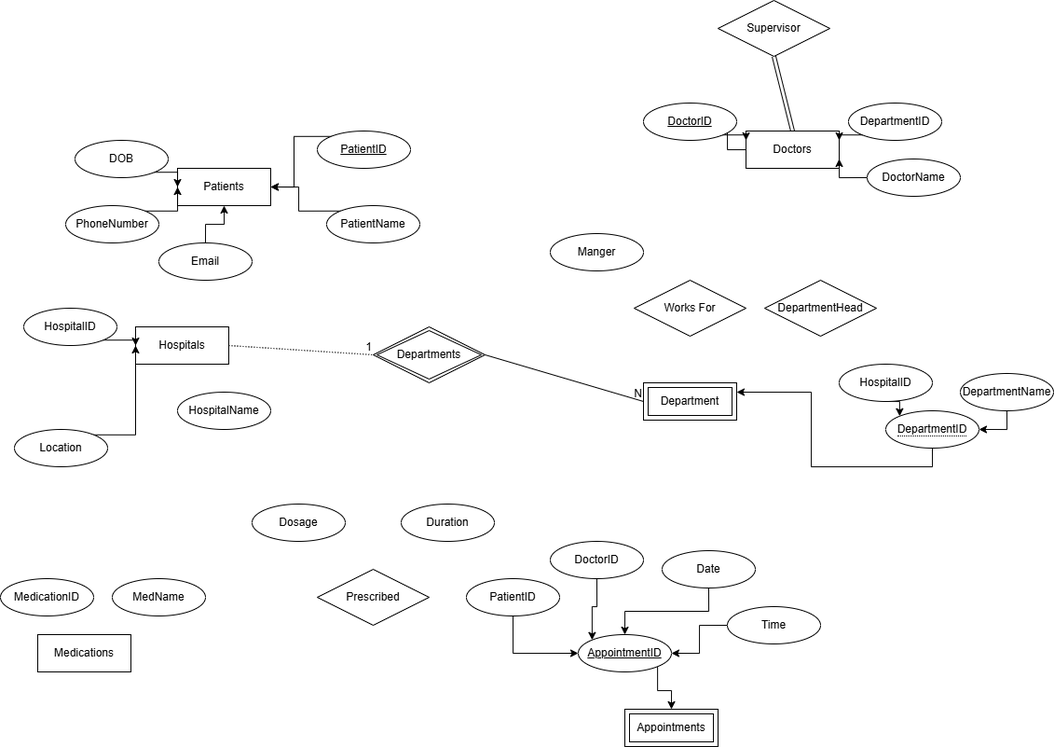
Above: CS420_Assignment3.png in Jhkpop/CS420_Assignment3 (draw.io), before the change. Source tidied: cells renumbered, new cells last; positions are measured from the earlier drawing's top-left corner, leaving out a move shared by most shapes.
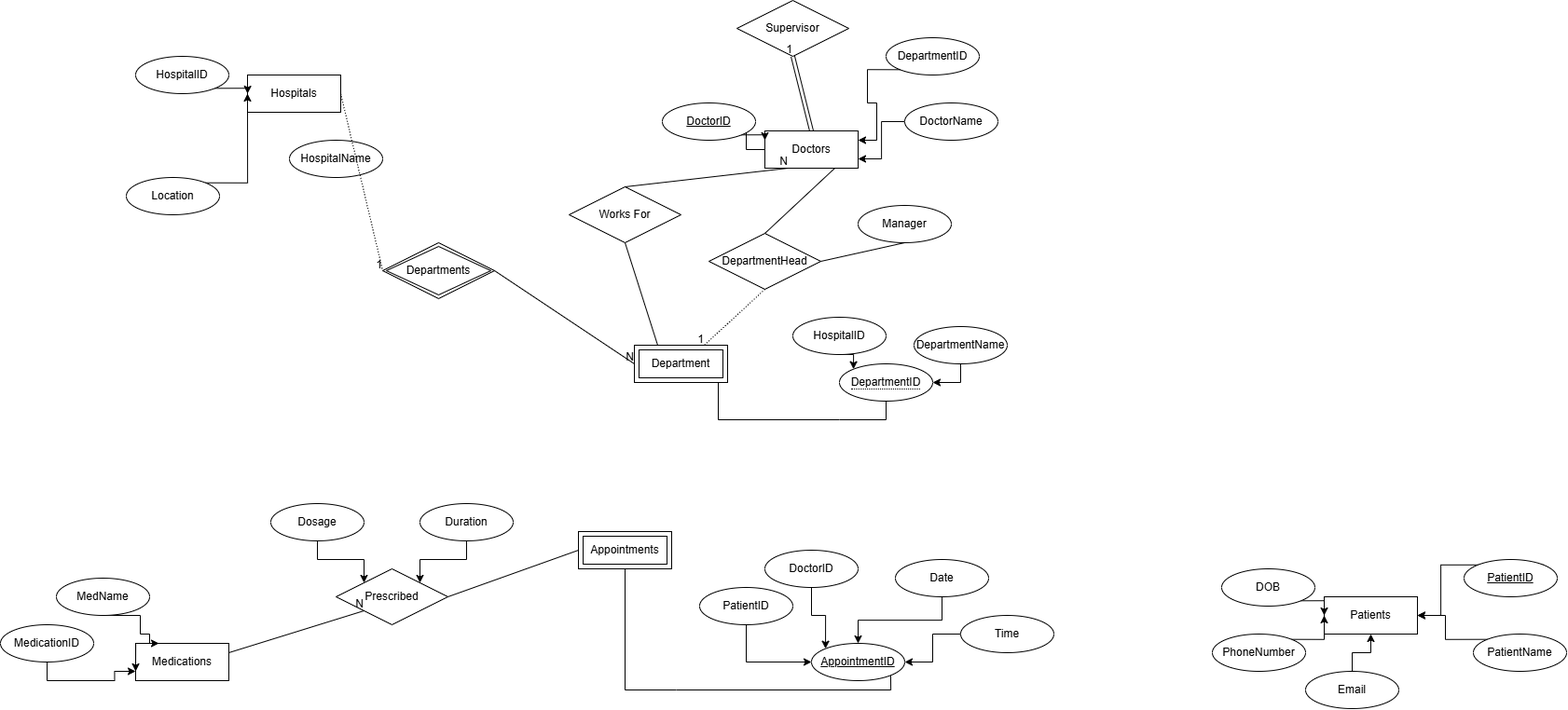
Later version of the same file.

Commit message:
Updated some relationships and moved entities around

The edit, as a diff of the source:
```diff
@@ -3,7 +3,7 @@
     <mxCell id="0" />
     <mxCell id="1" parent="0" />
     <mxCell id="2" value="Patients" style="whiteSpace=wrap;html=1;align=center;" parent="1" vertex="1">
-      <mxGeometry x="190" y="180" width="100" height="40" as="geometry" />
+      <mxGeometry x="1400" y="640" width="100" height="40" as="geometry" />
     </mxCell>
     <mxCell id="3" style="edgeStyle=orthogonalEdgeStyle;rounded=0;jettySize=auto;html=1;" parent="1" edge="1" source="4" target="8">
       <mxGeometry relative="1" as="geometry" />
@@ -12,10 +12,10 @@
       <mxGeometry x="800" y="140" width="100" height="40" as="geometry" />
     </mxCell>
     <mxCell id="5" value="Hospitals" style="whiteSpace=wrap;html=1;align=center;" parent="1" vertex="1">
-      <mxGeometry x="145" y="350" width="100" height="40" as="geometry" />
+      <mxGeometry x="245" y="80" width="100" height="40" as="geometry" />
     </mxCell>
     <mxCell id="6" value="Medications" style="whiteSpace=wrap;html=1;align=center;" parent="1" vertex="1">
-      <mxGeometry x="40" y="680" width="100" height="40" as="geometry" />
+      <mxGeometry x="125" y="690" width="100" height="40" as="geometry" />
     </mxCell>
     <mxCell id="7" style="edgeStyle=orthogonalEdgeStyle;rounded=0;jettySize=auto;html=1;exitX=1;exitY=1;exitDx=0;exitDy=0;entryX=0;entryY=0.25;entryDx=0;entryDy=0;" parent="1" edge="1" source="8" target="4">
       <mxGeometry relative="1" as="geometry" />
@@ -27,40 +27,40 @@
       <mxGeometry relative="1" as="geometry" />
     </mxCell>
     <mxCell id="10" value="DoctorName" style="ellipse;whiteSpace=wrap;html=1;align=center;" parent="1" vertex="1">
-      <mxGeometry x="930" y="170" width="100" height="40" as="geometry" />
+      <mxGeometry x="950" y="110" width="100" height="40" as="geometry" />
     </mxCell>
     <mxCell id="11" value="DepartmentID" style="ellipse;whiteSpace=wrap;html=1;align=center;" parent="1" vertex="1">
-      <mxGeometry x="910" y="110" width="100" height="40" as="geometry" />
+      <mxGeometry x="930" y="40" width="100" height="40" as="geometry" />
     </mxCell>
     <mxCell id="12" style="edgeStyle=orthogonalEdgeStyle;rounded=0;jettySize=auto;html=1;exitX=1;exitY=0;exitDx=0;exitDy=0;entryX=1;entryY=0.5;entryDx=0;entryDy=0;" parent="1" edge="1" source="13" target="2">
       <mxGeometry relative="1" as="geometry" />
     </mxCell>
     <mxCell id="13" value="&lt;u&gt;PatientID&lt;/u&gt;" style="ellipse;whiteSpace=wrap;html=1;align=center;" parent="1" vertex="1">
-      <mxGeometry x="340" y="140" width="100" height="40" as="geometry" />
+      <mxGeometry x="1550" y="600" width="100" height="40" as="geometry" />
     </mxCell>
     <mxCell id="14" style="edgeStyle=orthogonalEdgeStyle;rounded=0;jettySize=auto;html=1;exitX=0;exitY=0;exitDx=0;exitDy=0;entryX=1;entryY=0.5;entryDx=0;entryDy=0;" parent="1" edge="1" source="15" target="2">
       <mxGeometry relative="1" as="geometry" />
     </mxCell>
     <mxCell id="15" value="PatientName" style="ellipse;whiteSpace=wrap;html=1;align=center;" parent="1" vertex="1">
-      <mxGeometry x="350" y="220" width="100" height="40" as="geometry" />
+      <mxGeometry x="1560" y="680" width="100" height="40" as="geometry" />
     </mxCell>
     <mxCell id="16" style="edgeStyle=orthogonalEdgeStyle;rounded=0;jettySize=auto;html=1;exitX=1;exitY=1;exitDx=0;exitDy=0;entryX=0;entryY=0.5;entryDx=0;entryDy=0;" parent="1" edge="1" source="17" target="2">
       <mxGeometry relative="1" as="geometry" />
     </mxCell>
     <mxCell id="17" value="DOB" style="ellipse;whiteSpace=wrap;html=1;align=center;" parent="1" vertex="1">
-      <mxGeometry x="80" y="150" width="100" height="40" as="geometry" />
+      <mxGeometry x="1290" y="610" width="100" height="40" as="geometry" />
     </mxCell>
     <mxCell id="18" style="edgeStyle=orthogonalEdgeStyle;rounded=0;jettySize=auto;html=1;exitX=1;exitY=0;exitDx=0;exitDy=0;entryX=0;entryY=0.5;entryDx=0;entryDy=0;" parent="1" edge="1" source="19" target="2">
       <mxGeometry relative="1" as="geometry" />
     </mxCell>
     <mxCell id="19" value="PhoneNumber" style="ellipse;whiteSpace=wrap;html=1;align=center;" parent="1" vertex="1">
-      <mxGeometry x="70" y="220" width="100" height="40" as="geometry" />
+      <mxGeometry x="1280" y="680" width="100" height="40" as="geometry" />
     </mxCell>
     <mxCell id="20" style="edgeStyle=orthogonalEdgeStyle;rounded=0;jettySize=auto;html=1;exitX=0.5;exitY=0;exitDx=0;exitDy=0;entryX=0.5;entryY=1;entryDx=0;entryDy=0;" parent="1" edge="1" source="21" target="2">
       <mxGeometry relative="1" as="geometry" />
     </mxCell>
     <mxCell id="21" value="Email" style="ellipse;whiteSpace=wrap;html=1;align=center;" parent="1" vertex="1">
-      <mxGeometry x="170" y="260" width="100" height="40" as="geometry" />
+      <mxGeometry x="1380" y="720" width="100" height="40" as="geometry" />
     </mxCell>
     <mxCell id="22" style="edgeStyle=orthogonalEdgeStyle;rounded=0;jettySize=auto;html=1;exitX=0;exitY=1;exitDx=0;exitDy=0;entryX=1;entryY=0.25;entryDx=0;entryDy=0;" parent="1" edge="1" source="11" target="4">
       <mxGeometry relative="1" as="geometry" />
@@ -69,28 +69,28 @@
       <mxGeometry relative="1" as="geometry" />
     </mxCell>
     <mxCell id="24" value="HospitalID" style="ellipse;whiteSpace=wrap;html=1;align=center;" parent="1" vertex="1">
-      <mxGeometry x="25" y="330" width="100" height="40" as="geometry" />
+      <mxGeometry x="125" y="60" width="100" height="40" as="geometry" />
     </mxCell>
     <mxCell id="25" style="edgeStyle=orthogonalEdgeStyle;rounded=0;jettySize=auto;html=1;exitX=1;exitY=0;exitDx=0;exitDy=0;" parent="1" edge="1" source="26">
       <mxGeometry relative="1" as="geometry">
-        <mxPoint x="145" y="370" as="targetPoint" />
+        <mxPoint x="245" y="100" as="targetPoint" />
       </mxGeometry>
     </mxCell>
     <mxCell id="26" value="Location" style="ellipse;whiteSpace=wrap;html=1;align=center;" parent="1" vertex="1">
-      <mxGeometry x="15" y="460" width="100" height="40" as="geometry" />
+      <mxGeometry x="115" y="190" width="100" height="40" as="geometry" />
     </mxCell>
     <mxCell id="27" style="edgeStyle=orthogonalEdgeStyle;rounded=0;jettySize=auto;html=1;exitX=0.5;exitY=1;exitDx=0;exitDy=0;entryX=1;entryY=0.5;entryDx=0;entryDy=0;" parent="1" edge="1" source="28" target="44">
       <mxGeometry relative="1" as="geometry">
         <Array as="points">
-          <mxPoint x="1080" y="460" />
+          <mxPoint x="1010" y="410" />
         </Array>
       </mxGeometry>
     </mxCell>
     <mxCell id="28" value="DepartmentName" style="ellipse;whiteSpace=wrap;html=1;align=center;" parent="1" vertex="1">
-      <mxGeometry x="1030" y="400" width="100" height="40" as="geometry" />
+      <mxGeometry x="960" y="350" width="100" height="40" as="geometry" />
     </mxCell>
-    <mxCell id="29" value="Manger" style="ellipse;whiteSpace=wrap;html=1;align=center;" parent="1" vertex="1">
-      <mxGeometry x="590" y="250" width="100" height="40" as="geometry" />
+    <mxCell id="29" value="Manager" style="ellipse;whiteSpace=wrap;html=1;align=center;" parent="1" vertex="1">
+      <mxGeometry x="900" y="220" width="100" height="40" as="geometry" />
     </mxCell>
     <mxCell id="30" style="edgeStyle=orthogonalEdgeStyle;rounded=0;jettySize=auto;html=1;exitX=1;exitY=1;exitDx=0;exitDy=0;entryX=0.5;entryY=0;entryDx=0;entryDy=0;" parent="1" edge="1" source="31" target="46">
       <mxGeometry relative="1" as="geometry">
@@ -101,67 +101,80 @@
       </mxGeometry>
     </mxCell>
     <mxCell id="31" value="&lt;u&gt;AppointmentID&lt;/u&gt;" style="ellipse;whiteSpace=wrap;html=1;align=center;" parent="1" vertex="1">
-      <mxGeometry x="620" y="680" width="100" height="40" as="geometry" />
+      <mxGeometry x="850" y="690" width="100" height="40" as="geometry" />
     </mxCell>
     <mxCell id="32" style="edgeStyle=orthogonalEdgeStyle;rounded=0;jettySize=auto;html=1;exitX=0.5;exitY=1;exitDx=0;exitDy=0;entryX=0;entryY=0.5;entryDx=0;entryDy=0;" parent="1" edge="1" source="33" target="31">
       <mxGeometry relative="1" as="geometry" />
     </mxCell>
     <mxCell id="33" value="PatientID" style="ellipse;whiteSpace=wrap;html=1;align=center;" parent="1" vertex="1">
-      <mxGeometry x="500" y="620" width="100" height="40" as="geometry" />
+      <mxGeometry x="730" y="630" width="100" height="40" as="geometry" />
     </mxCell>
     <mxCell id="34" style="edgeStyle=orthogonalEdgeStyle;rounded=0;jettySize=auto;html=1;exitX=0.5;exitY=1;exitDx=0;exitDy=0;entryX=0;entryY=0;entryDx=0;entryDy=0;" parent="1" edge="1" source="35" target="31">
       <mxGeometry relative="1" as="geometry" />
     </mxCell>
     <mxCell id="35" value="DoctorID" style="ellipse;whiteSpace=wrap;html=1;align=center;" parent="1" vertex="1">
-      <mxGeometry x="590" y="580" width="100" height="40" as="geometry" />
+      <mxGeometry x="800" y="590" width="100" height="40" as="geometry" />
     </mxCell>
     <mxCell id="36" style="edgeStyle=orthogonalEdgeStyle;rounded=0;jettySize=auto;html=1;exitX=0.5;exitY=1;exitDx=0;exitDy=0;entryX=0.5;entryY=0;entryDx=0;entryDy=0;" parent="1" edge="1" source="37" target="31">
       <mxGeometry relative="1" as="geometry" />
     </mxCell>
     <mxCell id="37" value="Date" style="ellipse;whiteSpace=wrap;html=1;align=center;" parent="1" vertex="1">
-      <mxGeometry x="710" y="590" width="100" height="40" as="geometry" />
+      <mxGeometry x="940" y="600" width="100" height="40" as="geometry" />
     </mxCell>
     <mxCell id="38" style="edgeStyle=orthogonalEdgeStyle;rounded=0;jettySize=auto;html=1;exitX=0;exitY=0.5;exitDx=0;exitDy=0;entryX=1;entryY=0.5;entryDx=0;entryDy=0;" parent="1" edge="1" source="39" target="31">
       <mxGeometry relative="1" as="geometry" />
     </mxCell>
     <mxCell id="39" value="Time" style="ellipse;whiteSpace=wrap;html=1;align=center;" parent="1" vertex="1">
-      <mxGeometry x="780" y="650" width="100" height="40" as="geometry" />
+      <mxGeometry x="1010" y="660" width="100" height="40" as="geometry" />
     </mxCell>
     <mxCell id="40" value="HospitalName" style="ellipse;whiteSpace=wrap;html=1;align=center;" parent="1" vertex="1">
-      <mxGeometry x="190" y="420" width="100" height="40" as="geometry" />
+      <mxGeometry x="290" y="150" width="100" height="40" as="geometry" />
     </mxCell>
     <mxCell id="41" style="edgeStyle=orthogonalEdgeStyle;rounded=0;jettySize=auto;html=1;exitX=0.5;exitY=1;exitDx=0;exitDy=0;entryX=0;entryY=0;entryDx=0;entryDy=0;" parent="1" edge="1" source="42" target="44">
       <mxGeometry relative="1" as="geometry" />
     </mxCell>
     <mxCell id="42" value="HospitalID" style="ellipse;whiteSpace=wrap;html=1;align=center;" parent="1" vertex="1">
-      <mxGeometry x="900" y="390" width="100" height="40" as="geometry" />
+      <mxGeometry x="830" y="340" width="100" height="40" as="geometry" />
     </mxCell>
     <mxCell id="43" style="edgeStyle=orthogonalEdgeStyle;rounded=0;jettySize=auto;html=1;exitX=0.5;exitY=1;exitDx=0;exitDy=0;entryX=1;entryY=0.25;entryDx=0;entryDy=0;" parent="1" edge="1" source="44" target="45">
       <mxGeometry relative="1" as="geometry">
         <Array as="points">
-          <mxPoint x="1000" y="500" />
-          <mxPoint x="870" y="500" />
-          <mxPoint x="870" y="420" />
+          <mxPoint x="880" y="450" />
+          <mxPoint x="750" y="450" />
+          <mxPoint x="750" y="370" />
         </Array>
       </mxGeometry>
     </mxCell>
     <mxCell id="44" value="&lt;span style=&quot;border-bottom: 1px dotted;&quot;&gt;DepartmentID&lt;/span&gt;" style="ellipse;whiteSpace=wrap;html=1;align=center;" parent="1" vertex="1">
-      <mxGeometry x="950" y="440" width="100" height="40" as="geometry" />
+      <mxGeometry x="880" y="390" width="100" height="40" as="geometry" />
     </mxCell>
     <mxCell id="45" value="Department" style="shape=ext;margin=3;double=1;whiteSpace=wrap;html=1;align=center;" parent="1" vertex="1">
-      <mxGeometry x="690" y="410" width="100" height="40" as="geometry" />
+      <mxGeometry x="660" y="370" width="100" height="40" as="geometry" />
     </mxCell>
     <mxCell id="46" value="Appointments" style="shape=ext;margin=3;double=1;whiteSpace=wrap;html=1;align=center;" parent="1" vertex="1">
-      <mxGeometry x="670" y="760" width="100" height="40" as="geometry" />
+      <mxGeometry x="600" y="570" width="100" height="40" as="geometry" />
     </mxCell>
+    <mxCell id="62" style="edgeStyle=orthogonalEdgeStyle;rounded=0;jettySize=auto;html=1;exitX=0.5;exitY=1;exitDx=0;exitDy=0;entryX=0;entryY=0.75;entryDx=0;entryDy=0;" parent="1" edge="1" source="47" target="6">
+      <mxGeometry relative="1" as="geometry" />
+    </mxCell>
     <mxCell id="47" value="MedicationID" style="ellipse;whiteSpace=wrap;html=1;align=center;" parent="1" vertex="1">
-      <mxGeometry y="620" width="100" height="40" as="geometry" />
+      <mxGeometry x="-20" y="670" width="100" height="40" as="geometry" />
     </mxCell>
+    <mxCell id="63" style="edgeStyle=orthogonalEdgeStyle;rounded=0;jettySize=auto;html=1;exitX=0.5;exitY=1;exitDx=0;exitDy=0;entryX=0.25;entryY=0;entryDx=0;entryDy=0;" parent="1" edge="1" source="48" target="6">
+      <mxGeometry relative="1" as="geometry">
+        <Array as="points">
+          <mxPoint x="130" y="660" />
+          <mxPoint x="130" y="680" />
+          <mxPoint x="140" y="680" />
+          <mxPoint x="140" y="690" />
+        </Array>
+      </mxGeometry>
+    </mxCell>
     <mxCell id="48" value="MedName" style="ellipse;whiteSpace=wrap;html=1;align=center;" parent="1" vertex="1">
-      <mxGeometry x="120" y="620" width="100" height="40" as="geometry" />
+      <mxGeometry x="40" y="620" width="100" height="40" as="geometry" />
     </mxCell>
     <mxCell id="49" value="Departments" style="shape=rhombus;double=1;perimeter=rhombusPerimeter;whiteSpace=wrap;html=1;align=center;" parent="1" vertex="1">
-      <mxGeometry x="400" y="350" width="120" height="60" as="geometry" />
+      <mxGeometry x="390" y="260" width="120" height="60" as="geometry" />
     </mxCell>
     <mxCell id="50" style="endArrow=none;html=1;rounded=0;entryX=0;entryY=0.5;entryDx=0;entryDy=0;exitX=1;exitY=0.5;exitDx=0;exitDy=0;" parent="1" edge="1" source="49" target="45">
       <mxGeometry relative="1" as="geometry" />
@@ -175,29 +188,68 @@
     <mxCell id="53" value="1" style="html=1;whiteSpace=wrap;align=right;verticalAlign=bottom;" parent="52" vertex="1">
       <mxGeometry x="1" relative="1" as="geometry" />
     </mxCell>
-    <mxCell id="54" style="shape=link;html=1;rounded=0;entryX=0.5;entryY=1;entryDx=0;entryDy=0;exitX=0.5;exitY=0;exitDx=0;exitDy=0;" parent="1" edge="1" source="4" target="56">
-      <mxGeometry relative="1" as="geometry" />
-    </mxCell>
-    <mxCell id="55" value="1" style="html=1;whiteSpace=wrap;align=right;verticalAlign=bottom;" parent="54" vertex="1">
-      <mxGeometry x="1" relative="1" as="geometry" />
-    </mxCell>
     <mxCell id="56" value="Supervisor" style="shape=rhombus;perimeter=rhombusPerimeter;whiteSpace=wrap;html=1;align=center;" parent="1" vertex="1">
       <mxGeometry x="770" width="120" height="60" as="geometry" />
     </mxCell>
     <mxCell id="57" value="Prescribed" style="shape=rhombus;perimeter=rhombusPerimeter;whiteSpace=wrap;html=1;align=center;" parent="1" vertex="1">
       <mxGeometry x="340" y="610" width="120" height="60" as="geometry" />
     </mxCell>
+    <mxCell id="64" style="edgeStyle=orthogonalEdgeStyle;rounded=0;jettySize=auto;html=1;exitX=0.5;exitY=1;exitDx=0;exitDy=0;entryX=0;entryY=0;entryDx=0;entryDy=0;" parent="1" edge="1" source="58" target="57">
+      <mxGeometry relative="1" as="geometry" />
+    </mxCell>
     <mxCell id="58" value="Dosage" style="ellipse;whiteSpace=wrap;html=1;align=center;" parent="1" vertex="1">
       <mxGeometry x="270" y="540" width="100" height="40" as="geometry" />
     </mxCell>
+    <mxCell id="65" style="edgeStyle=orthogonalEdgeStyle;rounded=0;jettySize=auto;html=1;exitX=0.5;exitY=1;exitDx=0;exitDy=0;entryX=1;entryY=0;entryDx=0;entryDy=0;" parent="1" edge="1" source="59" target="57">
+      <mxGeometry relative="1" as="geometry" />
+    </mxCell>
     <mxCell id="59" value="Duration" style="ellipse;whiteSpace=wrap;html=1;align=center;" parent="1" vertex="1">
       <mxGeometry x="430" y="540" width="100" height="40" as="geometry" />
     </mxCell>
     <mxCell id="60" value="DepartmentHead" style="shape=rhombus;perimeter=rhombusPerimeter;whiteSpace=wrap;html=1;align=center;" parent="1" vertex="1">
-      <mxGeometry x="820" y="300" width="120" height="60" as="geometry" />
+      <mxGeometry x="740" y="250" width="120" height="60" as="geometry" />
     </mxCell>
     <mxCell id="61" value="Works For" style="shape=rhombus;perimeter=rhombusPerimeter;whiteSpace=wrap;html=1;align=center;" parent="1" vertex="1">
-      <mxGeometry x="680" y="300" width="120" height="60" as="geometry" />
+      <mxGeometry x="590" y="200" width="120" height="60" as="geometry" />
     </mxCell>
+    <mxCell id="66" style="endArrow=none;html=1;rounded=0;entryX=1;entryY=0.5;entryDx=0;entryDy=0;exitX=0.5;exitY=1;exitDx=0;exitDy=0;" parent="1" edge="1" source="29" target="60">
+      <mxGeometry relative="1" as="geometry" />
+    </mxCell>
+    <mxCell id="67" style="endArrow=none;html=1;rounded=0;entryX=0.25;entryY=1;entryDx=0;entryDy=0;exitX=0.5;exitY=0;exitDx=0;exitDy=0;" parent="1" edge="1" source="61" target="4">
+      <mxGeometry relative="1" as="geometry" />
+    </mxCell>
+    <mxCell id="68" value="N" style="html=1;whiteSpace=wrap;align=right;verticalAlign=bottom;" parent="67" vertex="1">
+      <mxGeometry x="1" relative="1" as="geometry" />
+    </mxCell>
+    <mxCell id="69" style="endArrow=none;html=1;rounded=0;exitX=0.75;exitY=1;exitDx=0;exitDy=0;entryX=0.5;entryY=0;entryDx=0;entryDy=0;" parent="1" edge="1" source="4" target="60">
+      <mxGeometry relative="1" as="geometry" />
+    </mxCell>
+    <mxCell id="70" style="endArrow=none;html=1;rounded=0;dashed=1;dashPattern=1 2;exitX=0.5;exitY=1;exitDx=0;exitDy=0;entryX=0.75;entryY=0;entryDx=0;entryDy=0;" parent="1" edge="1" source="60" target="45">
+      <mxGeometry relative="1" as="geometry" />
+    </mxCell>
+    <mxCell id="71" value="1" style="html=1;whiteSpace=wrap;align=right;verticalAlign=bottom;" parent="70" vertex="1">
+      <mxGeometry x="1" relative="1" as="geometry" />
+    </mxCell>
+    <mxCell id="54" style="shape=link;html=1;rounded=0;exitX=0.5;exitY=0;exitDx=0;exitDy=0;entryX=0.5;entryY=1;entryDx=0;entryDy=0;" parent="1" edge="1" source="4" target="56">
+      <mxGeometry relative="1" as="geometry" />
+    </mxCell>
+    <mxCell id="72" value="1" style="html=1;whiteSpace=wrap;align=right;verticalAlign=bottom;" parent="54" vertex="1">
+      <mxGeometry x="1" relative="1" as="geometry" />
+    </mxCell>
+    <mxCell id="73" style="endArrow=none;html=1;rounded=0;entryX=0.25;entryY=0;entryDx=0;entryDy=0;exitX=0.5;exitY=1;exitDx=0;exitDy=0;" parent="1" edge="1" source="61" target="45">
+      <mxGeometry relative="1" as="geometry" />
+    </mxCell>
+    <mxCell id="74" style="edgeStyle=orthogonalEdgeStyle;rounded=0;orthogonalLoop=1;jettySize=auto;html=1;exitX=0.25;exitY=0;exitDx=0;exitDy=0;entryX=0;entryY=0.75;entryDx=0;entryDy=0;" parent="1" edge="1" source="6" target="6">
+      <mxGeometry relative="1" as="geometry" />
+    </mxCell>
+    <mxCell id="75" style="endArrow=none;html=1;rounded=0;entryX=0;entryY=1;entryDx=0;entryDy=0;exitX=1;exitY=0.25;exitDx=0;exitDy=0;" parent="1" edge="1" source="6" target="57">
+      <mxGeometry relative="1" as="geometry" />
+    </mxCell>
+    <mxCell id="76" value="N" style="html=1;whiteSpace=wrap;align=right;verticalAlign=bottom;" parent="75" vertex="1">
+      <mxGeometry x="1" relative="1" as="geometry" />
+    </mxCell>
+    <mxCell id="77" style="endArrow=none;html=1;rounded=0;exitX=1;exitY=0.5;exitDx=0;exitDy=0;entryX=0;entryY=0.5;entryDx=0;entryDy=0;" parent="1" edge="1" source="57" target="46">
+      <mxGeometry relative="1" as="geometry" />
+    </mxCell>
   </root>
 </mxGraphModel>
```
